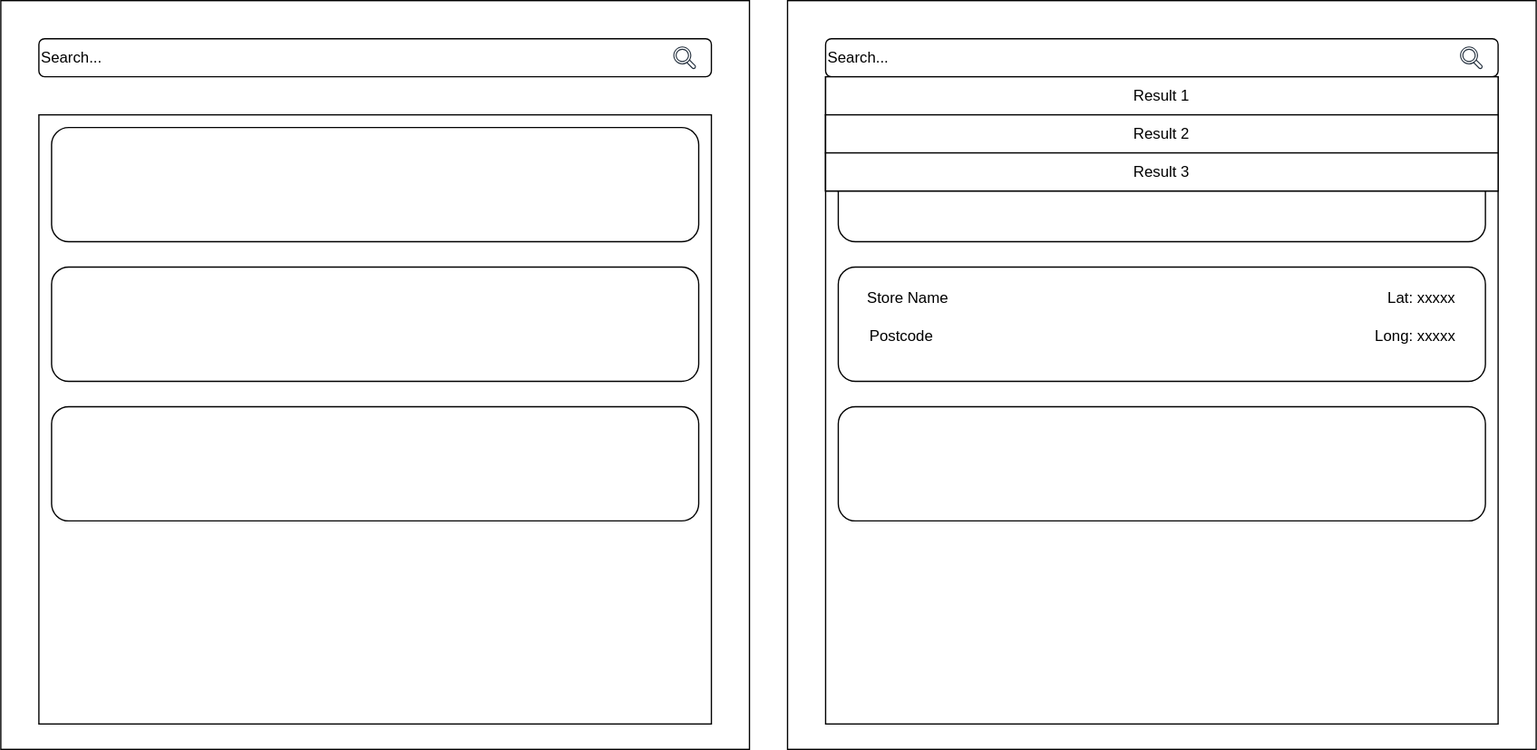
j-zak-dev/coding-test-tails keeps this draw.io diagram as docs/coding test wireframe.drawio.svg. Above is the earlier version. Source tidied: cells renumbered, new cells last; positions are measured from the earlier drawing's top-left corner, leaving out a move shared by most shapes.
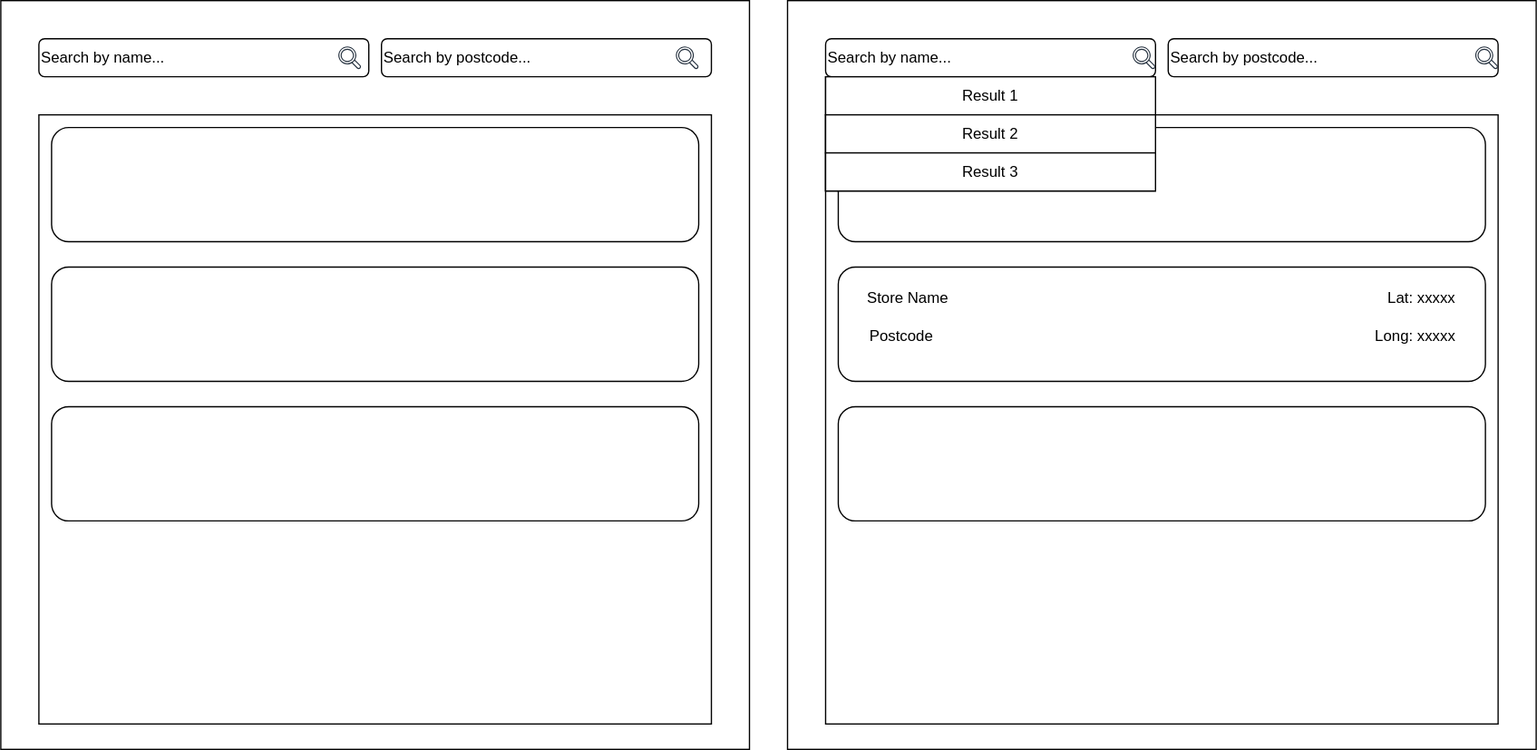
After the change.

What changed in the source:
```diff
@@ -5,16 +5,16 @@
     <mxCell id="2" style="whiteSpace=wrap;html=1;" parent="1" vertex="1">
       <mxGeometry width="590" height="590" as="geometry" />
     </mxCell>
-    <mxCell id="3" value="Search..." style="rounded=1;whiteSpace=wrap;html=1;align=left;" parent="1" vertex="1">
-      <mxGeometry x="30" y="30" width="530" height="30" as="geometry" />
+    <mxCell id="3" value="Search by name..." style="rounded=1;whiteSpace=wrap;html=1;align=left;" parent="1" vertex="1">
+      <mxGeometry x="30" y="30" width="260" height="30" as="geometry" />
     </mxCell>
     <mxCell id="4" style="sketch=0;fontColor=#232F3E;gradientColor=none;fillColor=#232F3D;strokeColor=none;dashed=0;verticalLabelPosition=bottom;verticalAlign=top;align=center;html=1;fontSize=12;fontStyle=0;shape=mxgraph.aws4.magnifying_glass_2;" parent="1" vertex="1">
-      <mxGeometry x="530" y="36" width="18" height="18" as="geometry" />
+      <mxGeometry x="266" y="36" width="18" height="18" as="geometry" />
     </mxCell>
     <mxCell id="5" style="rounded=0;whiteSpace=wrap;html=1;" parent="1" vertex="1">
       <mxGeometry x="30" y="90" width="530" height="480" as="geometry" />
     </mxCell>
-    <mxCell id="6" style="rounded=1;whiteSpace=wrap;html=1;" parent="1" vertex="1">
+    <mxCell id="6" value="&lt;span style=&quot;font-family: monospace; font-size: 0px; text-align: start; text-wrap-mode: nowrap;&quot;&gt;%3CmxGraphModel%3E%3Croot%3E%3CmxCell%20id%3D%220%22%2F%3E%3CmxCell%20id%3D%221%22%20parent%3D%220%22%2F%3E%3CmxCell%20id%3D%222%22%20value%3D%22%22%20style%3D%22rounded%3D1%3BwhiteSpace%3Dwrap%3Bhtml%3D1%3B%22%20vertex%3D%221%22%20parent%3D%221%22%3E%3CmxGeometry%20x%3D%22790%22%20y%3D%22230%22%20width%3D%22510%22%20height%3D%2290%22%20as%3D%22geometry%22%2F%3E%3C%2FmxCell%3E%3C%2Froot%3E%3C%2FmxGraphModel%3E&lt;/span&gt;&lt;span style=&quot;font-family: monospace; font-size: 0px; text-align: start; text-wrap-mode: nowrap;&quot;&gt;%3CmxGraphModel%3E%3Croot%3E%3CmxCell%20id%3D%220%22%2F%3E%3CmxCell%20id%3D%221%22%20parent%3D%220%22%2F%3E%3CmxCell%20id%3D%222%22%20value%3D%22%22%20style%3D%22rounded%3D1%3BwhiteSpace%3Dwrap%3Bhtml%3D1%3B%22%20vertex%3D%221%22%20parent%3D%221%22%3E%3CmxGeometry%20x%3D%22790%22%20y%3D%22230%22%20width%3D%22510%22%20height%3D%2290%22%20as%3D%22geometry%22%2F%3E%3C%2FmxCell%3E%3C%2Froot%3E%3C%2FmxGraphModel%3E&lt;/span&gt;" style="rounded=1;whiteSpace=wrap;html=1;" parent="1" vertex="1">
       <mxGeometry x="40" y="100" width="510" height="90" as="geometry" />
     </mxCell>
     <mxCell id="7" style="rounded=1;whiteSpace=wrap;html=1;" parent="1" vertex="1">
@@ -26,11 +26,11 @@
     <mxCell id="9" style="whiteSpace=wrap;html=1;" parent="1" vertex="1">
       <mxGeometry x="620" width="590" height="590" as="geometry" />
     </mxCell>
-    <mxCell id="10" value="Search..." style="rounded=1;whiteSpace=wrap;html=1;align=left;" parent="1" vertex="1">
-      <mxGeometry x="650" y="30" width="530" height="30" as="geometry" />
+    <mxCell id="10" value="Search by name..." style="rounded=1;whiteSpace=wrap;html=1;align=left;" parent="1" vertex="1">
+      <mxGeometry x="650" y="30" width="260" height="30" as="geometry" />
     </mxCell>
     <mxCell id="11" style="sketch=0;fontColor=#232F3E;gradientColor=none;fillColor=#232F3D;strokeColor=none;dashed=0;verticalLabelPosition=bottom;verticalAlign=top;align=center;html=1;fontSize=12;fontStyle=0;shape=mxgraph.aws4.magnifying_glass_2;" parent="1" vertex="1">
-      <mxGeometry x="1150" y="36" width="18" height="18" as="geometry" />
+      <mxGeometry x="892" y="36" width="18" height="18" as="geometry" />
     </mxCell>
     <mxCell id="12" style="rounded=0;whiteSpace=wrap;html=1;" parent="1" vertex="1">
       <mxGeometry x="650" y="90" width="530" height="480" as="geometry" />
@@ -45,16 +45,16 @@
       <mxGeometry x="660" y="320" width="510" height="90" as="geometry" />
     </mxCell>
     <mxCell id="16" style="rounded=0;whiteSpace=wrap;html=1;" parent="1" vertex="1">
-      <mxGeometry x="650" y="60" width="530" height="90" as="geometry" />
+      <mxGeometry x="650" y="60" width="260" height="90" as="geometry" />
     </mxCell>
     <mxCell id="17" value="Result 1" style="rounded=0;whiteSpace=wrap;html=1;" parent="1" vertex="1">
-      <mxGeometry x="650" y="60" width="530" height="30" as="geometry" />
+      <mxGeometry x="650" y="60" width="260" height="30" as="geometry" />
     </mxCell>
     <mxCell id="18" value="Result 2" style="rounded=0;whiteSpace=wrap;html=1;" parent="1" vertex="1">
-      <mxGeometry x="650" y="90" width="530" height="30" as="geometry" />
+      <mxGeometry x="650" y="90" width="260" height="30" as="geometry" />
     </mxCell>
     <mxCell id="19" value="Result 3" style="rounded=0;whiteSpace=wrap;html=1;" parent="1" vertex="1">
-      <mxGeometry x="650" y="120" width="530" height="30" as="geometry" />
+      <mxGeometry x="650" y="120" width="260" height="30" as="geometry" />
     </mxCell>
     <mxCell id="20" value="Store Name" style="text;html=1;whiteSpace=wrap;strokeColor=none;fillColor=none;align=center;verticalAlign=middle;rounded=0;" parent="1" vertex="1">
       <mxGeometry x="670" y="220" width="90" height="30" as="geometry" />
@@ -68,5 +68,17 @@
     <mxCell id="23" value="Long: xxxxx" style="text;html=1;whiteSpace=wrap;strokeColor=none;fillColor=none;align=center;verticalAlign=middle;rounded=0;" parent="1" vertex="1">
       <mxGeometry x="1080" y="250" width="70" height="30" as="geometry" />
     </mxCell>
+    <mxCell id="24" value="Search by postcode..." style="rounded=1;whiteSpace=wrap;html=1;align=left;" parent="1" vertex="1">
+      <mxGeometry x="300" y="30" width="260" height="30" as="geometry" />
+    </mxCell>
+    <mxCell id="25" style="sketch=0;fontColor=#232F3E;gradientColor=none;fillColor=#232F3D;strokeColor=none;dashed=0;verticalLabelPosition=bottom;verticalAlign=top;align=center;html=1;fontSize=12;fontStyle=0;shape=mxgraph.aws4.magnifying_glass_2;" parent="1" vertex="1">
+      <mxGeometry x="532" y="36" width="18" height="18" as="geometry" />
+    </mxCell>
+    <mxCell id="26" value="Search by postcode..." style="rounded=1;whiteSpace=wrap;html=1;align=left;" parent="1" vertex="1">
+      <mxGeometry x="920" y="30" width="260" height="30" as="geometry" />
+    </mxCell>
+    <mxCell id="27" style="sketch=0;fontColor=#232F3E;gradientColor=none;fillColor=#232F3D;strokeColor=none;dashed=0;verticalLabelPosition=bottom;verticalAlign=top;align=center;html=1;fontSize=12;fontStyle=0;shape=mxgraph.aws4.magnifying_glass_2;" parent="1" vertex="1">
+      <mxGeometry x="1162" y="36" width="18" height="18" as="geometry" />
+    </mxCell>
   </root>
 </mxGraphModel>
```
